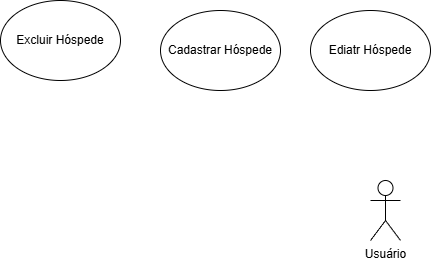
The draw.io diagram Docs/Diagrama caso de uso.drawio.png in joao-marcos-azvd/Gestao_Hoteis, before a commit. Source tidied: cells renumbered, new cells last; positions are measured from the earlier drawing's top-left corner, leaving out a move shared by most shapes.
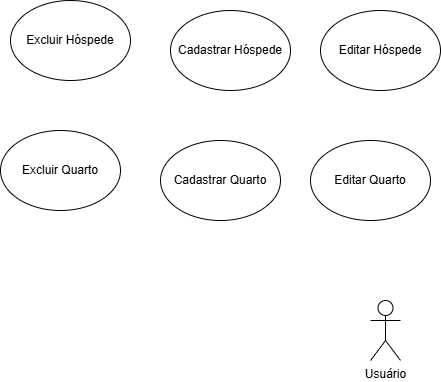
Later version of the same file.

Diff of the diagram source:
```diff
@@ -3,16 +3,25 @@
     <mxCell id="0" />
     <mxCell id="1" parent="0" />
     <mxCell id="2" value="Usuário" style="shape=umlActor;verticalLabelPosition=bottom;verticalAlign=top;html=1;" parent="1" vertex="1">
-      <mxGeometry x="370" y="180" width="30" height="60" as="geometry" />
+      <mxGeometry x="360" y="300" width="30" height="60" as="geometry" />
     </mxCell>
     <mxCell id="3" value="Cadastrar Hóspede" style="ellipse;whiteSpace=wrap;html=1;" parent="1" vertex="1">
       <mxGeometry x="160" y="10" width="120" height="80" as="geometry" />
     </mxCell>
-    <mxCell id="4" value="Ediatr Hóspede" style="ellipse;whiteSpace=wrap;html=1;" parent="1" vertex="1">
+    <mxCell id="4" value="Editar Hóspede" style="ellipse;whiteSpace=wrap;html=1;" parent="1" vertex="1">
       <mxGeometry x="310" y="10" width="120" height="80" as="geometry" />
     </mxCell>
     <mxCell id="5" value="Excluir Hóspede" style="ellipse;whiteSpace=wrap;html=1;" parent="1" vertex="1">
       <mxGeometry width="120" height="80" as="geometry" />
     </mxCell>
+    <mxCell id="6" value="Cadastrar Quarto" style="ellipse;whiteSpace=wrap;html=1;" parent="1" vertex="1">
+      <mxGeometry x="150" y="140" width="120" height="80" as="geometry" />
+    </mxCell>
+    <mxCell id="7" value="Editar Quarto" style="ellipse;whiteSpace=wrap;html=1;" parent="1" vertex="1">
+      <mxGeometry x="300" y="140" width="120" height="80" as="geometry" />
+    </mxCell>
+    <mxCell id="8" value="Excluir Quarto" style="ellipse;whiteSpace=wrap;html=1;" parent="1" vertex="1">
+      <mxGeometry x="-10" y="130" width="120" height="80" as="geometry" />
+    </mxCell>
   </root>
 </mxGraphModel>
```
